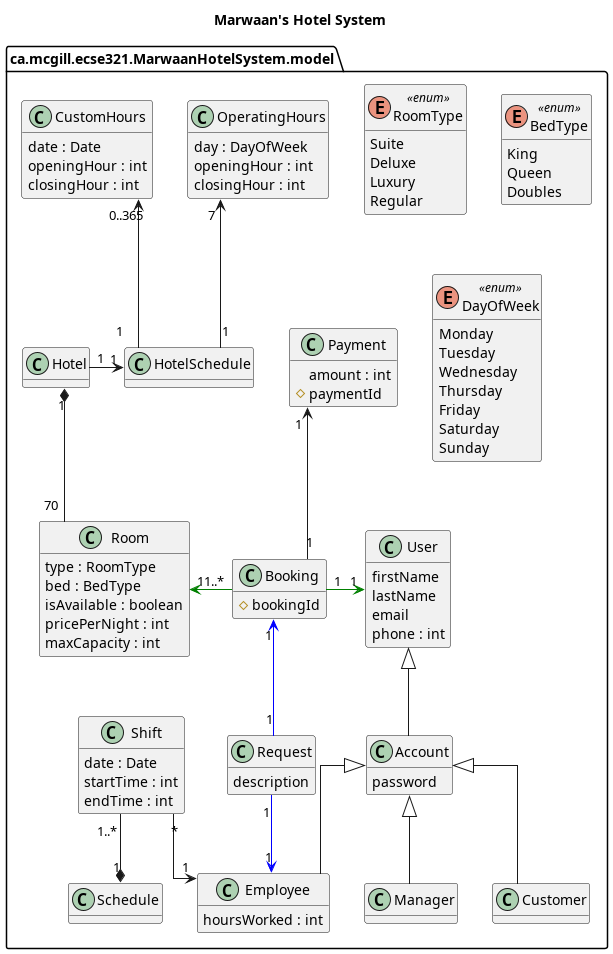
This is documentation/UMLDiagrams/DomainModel.png from notkaramel/ECSE321-Mar1HotelSystem, a PlantUML export, as it was before one commit.
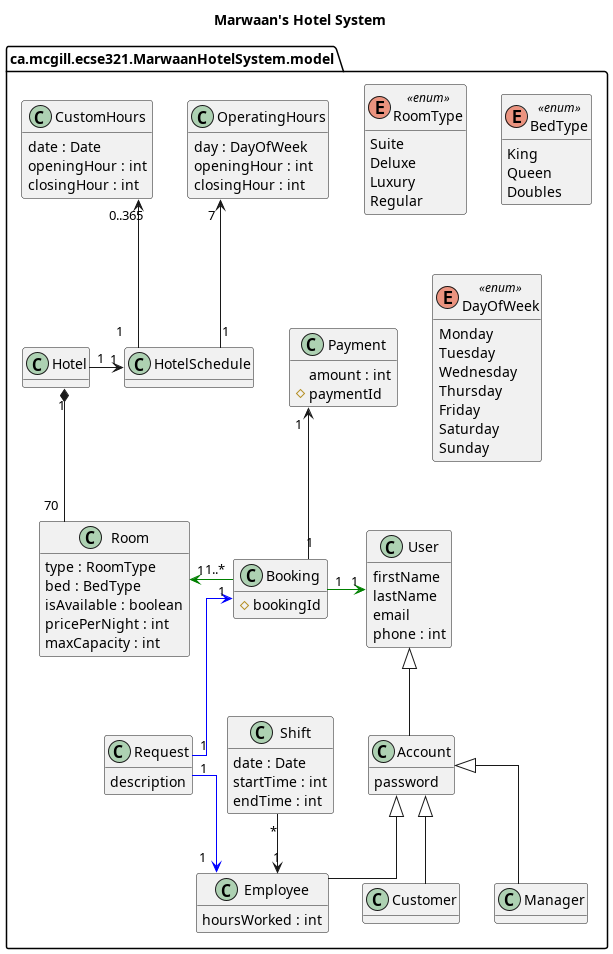
Later version of the same file.

Commit message:
Regenerated Domain Model

Diff of the diagram source:
```diff
@@ -39,9 +39,7 @@
 
     Shift "*" -down-> "1" Employee
 
-    Class Schedule
 
-    Shift "1..*" -down-* "1" Schedule
 
     Class Room {
         type : RoomType
@@ -118,7 +116,5 @@
             Saturday
             Sunday
         }
-
-
 }
 @enduml
```
